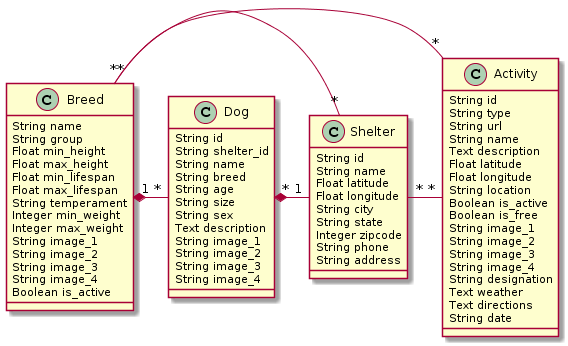
Above: uml/models.png in Oceanwall/FindADogForMe (PlantUML), before the change. Its diagram source:
```plantuml
@startuml
Breed "1" *- "*" Dog
Breed "*" - "*" Shelter
Dog "*" *- "1" Shelter
Breed "*" - "*" Activity
Shelter "*" - "*" Activity

class Activity {
    String id
    String type
    String url
    String name
    Text description
    Float latitude
    Float longitude
    String location
    Boolean is_active
    Boolean is_free
    String image_1
    String image_2
    String image_3
    String image_4
    String designation
    Text weather
    Text directions
    String date
}

class Breed {
    String name
    String group
    Float min_height
    Float max_height
    Float min_lifespan
    Float max_lifespan
    String temperament
    Integer min_weight
    Integer max_weight
    String image_1
    String image_2
    String image_3
    String image_4
    Boolean is_active
}

class Dog {
    String id
    String shelter_id
    String name
    String breed
    String age
    String size
    String sex
    Text description
    String image_1
    String image_2
    String image_3
    String image_4
}

class Shelter {
    String id
    String name
    Float latitude
    Float longitude
    String city
    String state
    Integer zipcode
    String phone
    String address
}
@enduml
```
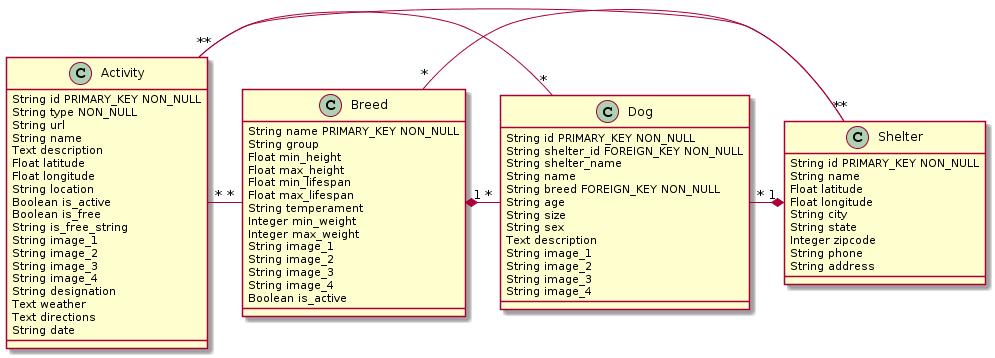
Later version of the same file.

Commit message:
Updated UML diagram, fixes #106

What changed in the source:
```diff
@@ -1,13 +1,14 @@
 @startuml
-Breed "1" *- "*" Dog
-Breed "*" - "*" Shelter
-Dog "*" *- "1" Shelter
-Breed "*" - "*" Activity
-Shelter "*" - "*" Activity
+Activity "*" - "*" Breed
+Activity "*" - "*" Dog
+Activity "*" - "*" Shelter
+Breed    "1" *- "*" Dog
+Breed    "*" - "*" Shelter
+Dog      "*" -* "1" Shelter
 
 class Activity {
-    String id
-    String type
+    String id PRIMARY_KEY NON_NULL
+    String type NON_NULL
     String url
     String name
     Text description
@@ -16,6 +17,7 @@
     String location
     Boolean is_active
     Boolean is_free
+    String is_free_string
     String image_1
     String image_2
     String image_3
@@ -27,7 +29,7 @@
 }
 
 class Breed {
-    String name
+    String name PRIMARY_KEY NON_NULL
     String group
     Float min_height
     Float max_height
@@ -44,10 +46,11 @@
 }
 
 class Dog {
-    String id
-    String shelter_id
+    String id PRIMARY_KEY NON_NULL
+    String shelter_id FOREIGN_KEY NON_NULL
+    String shelter_name
     String name
-    String breed
+    String breed FOREIGN_KEY NON_NULL
     String age
     String size
     String sex
@@ -59,7 +62,7 @@
 }
 
 class Shelter {
-    String id
+    String id PRIMARY_KEY NON_NULL
     String name
     Float latitude
     Float longitude
```
